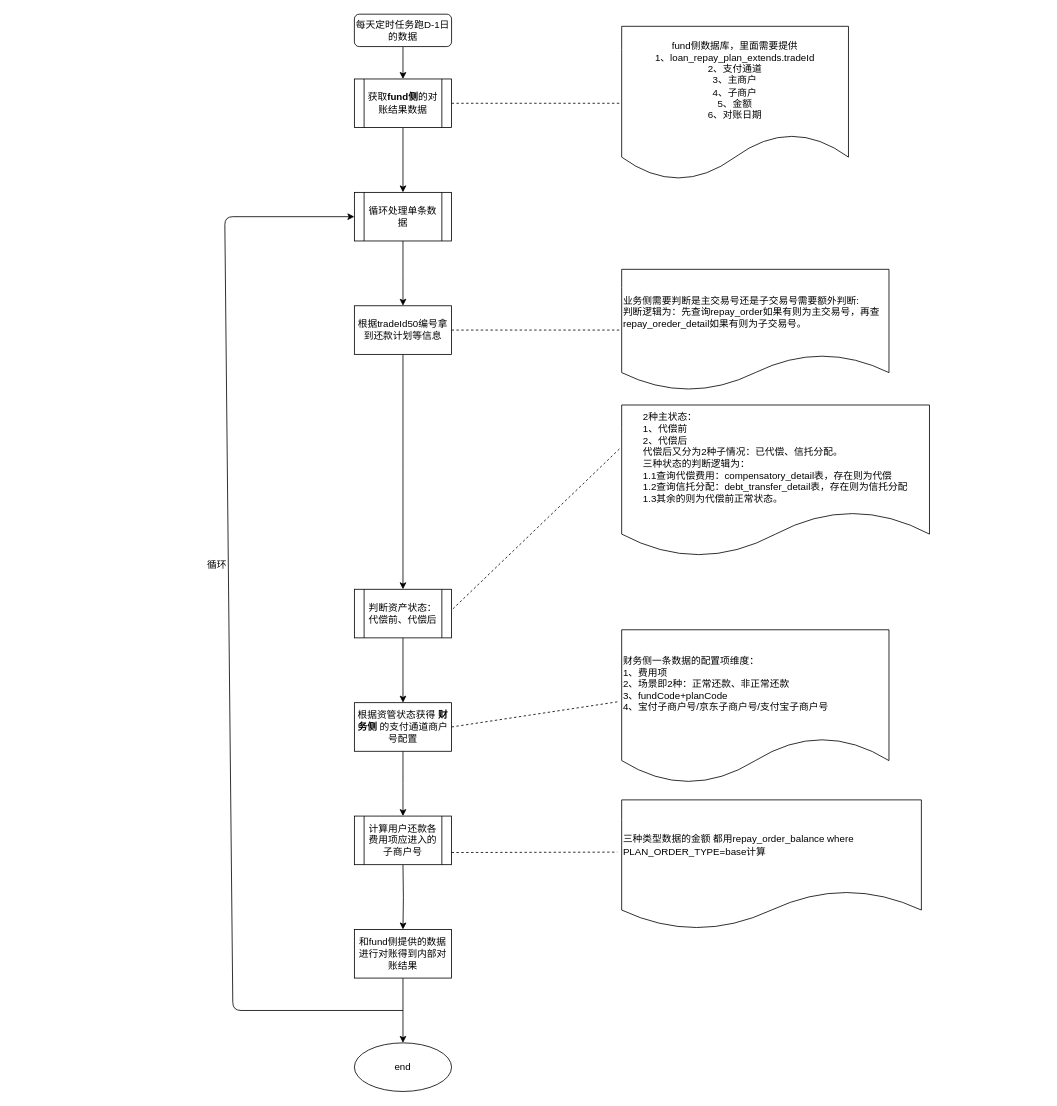
guoZD/draw keeps this draw.io diagram as Untitled Diagram.drawio. Above is the earlier version. Source tidied: cells renumbered, new cells numbered last; positions are measured from the earlier drawing's top-left corner, leaving out a move shared by most shapes. Both pictures are drawn from the tidied source at 81%, with x=0, y=0 at pixel (200, 14).
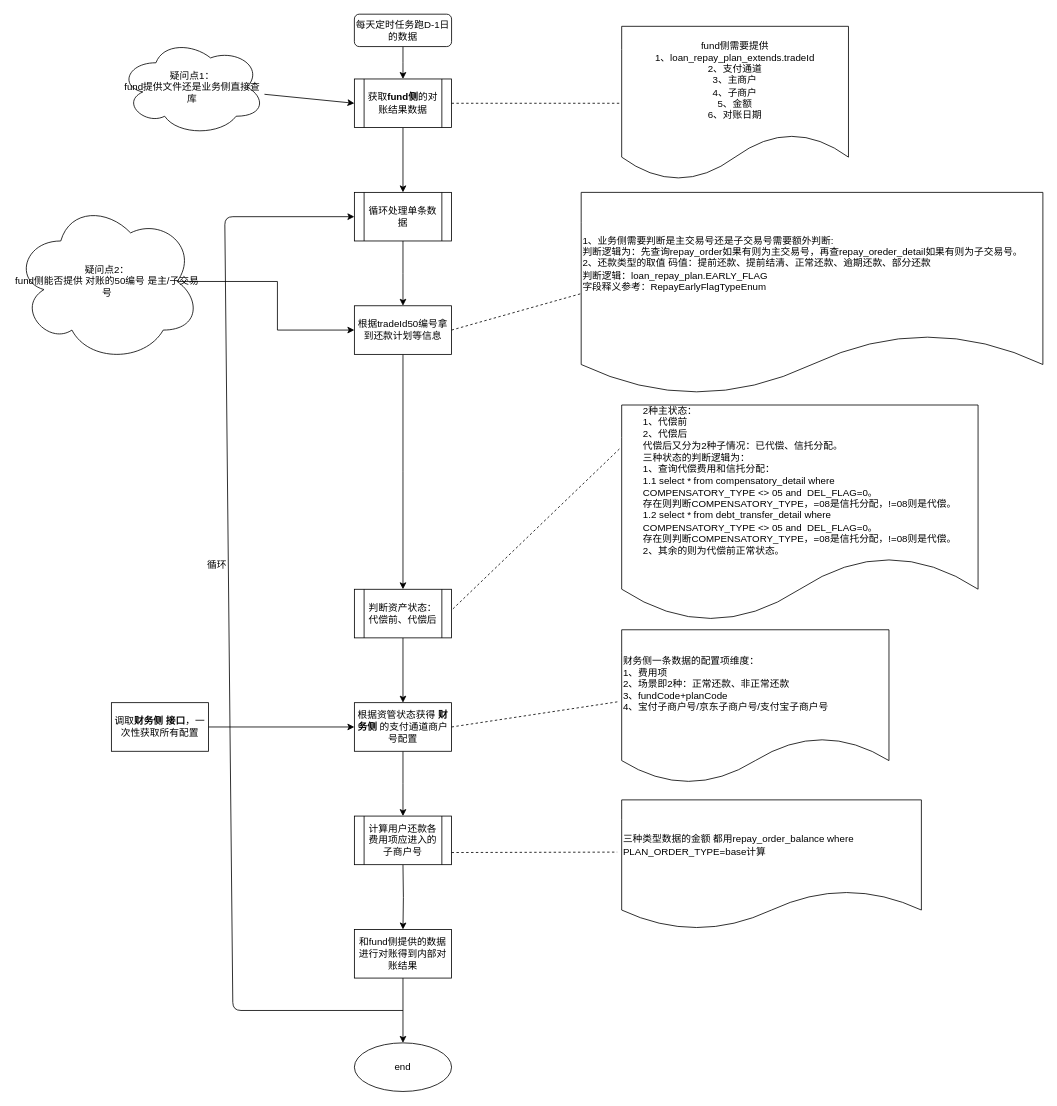
The same page after the edit.

The change refers to these unchanged cells:
```xml
<mxCell id="11" value="根据tradeId50编号拿到还款计划等信息" style="rounded=0;whiteSpace=wrap;html=1;" parent="1" vertex="1">
  <mxGeometry x="190" y="360" width="120" height="60" as="geometry" />
</mxCell>
<mxCell id="19" value="根据资管状态获得 &lt;b&gt;财务侧&lt;/b&gt; 的支付通道商户号配置" style="whiteSpace=wrap;html=1;" parent="1" vertex="1">
  <mxGeometry x="190" y="850" width="120" height="60" as="geometry" />
</mxCell>
```

Change to the diagram source:
```diff
@@
-    <mxCell id="8" value="fund侧数据库，里面需要提供&lt;br&gt;1、loan_repay_plan_extends.tradeId&lt;br&gt;2、支付通道&lt;br&gt;3、主商户&lt;br&gt;4、子商户&lt;br&gt;5、金额&lt;br&gt;6、对账日期" style="shape=document;whiteSpace=wrap;html=1;boundedLbl=1;" parent="1" vertex="1">
+    <mxCell id="8" value="fund侧需要提供&lt;br&gt;1、loan_repay_plan_extends.tradeId&lt;br&gt;2、支付通道&lt;br&gt;3、主商户&lt;br&gt;4、子商户&lt;br&gt;5、金额&lt;br&gt;6、对账日期" style="shape=document;whiteSpace=wrap;html=1;boundedLbl=1;align=center;" parent="1" vertex="1">
       <mxGeometry x="520" y="15" width="280" height="190" as="geometry" />
     </mxCell>
@@
-    <mxCell id="12" value="业务侧需要判断是主交易号还是子交易号需要额外判断:&lt;br&gt;判断逻辑为：先查询repay_order如果有则为主交易号，再查repay_oreder_detail如果有则为子交易号。" style="shape=document;whiteSpace=wrap;html=1;boundedLbl=1;rounded=0;align=left;" parent="1" vertex="1">
-      <mxGeometry x="520" y="315" width="330" height="150" as="geometry" />
+    <mxCell id="12" value="1、业务侧需要判断是主交易号还是子交易号需要额外判断:&lt;br&gt;判断逻辑为：先查询repay_order如果有则为主交易号，再查repay_oreder_detail如果有则为子交易号。&lt;br&gt;2、还款类型的取值&lt;span&gt; &lt;/span&gt;码值：提前还款、提前结清、正常还款、逾期还款、部分还款&lt;br&gt;判断逻辑：loan_repay_plan.EARLY_FLAG&lt;br&gt;字段释义参考：RepayEarlyFlagTypeEnum" style="shape=document;whiteSpace=wrap;html=1;boundedLbl=1;rounded=0;align=left;" parent="1" vertex="1">
+      <mxGeometry x="470" y="220" width="570" height="250" as="geometry" />
     </mxCell>
@@
-    <mxCell id="14" value="&lt;div style=&quot;text-align: left&quot;&gt;&lt;span&gt;2种主状态：&lt;/span&gt;&lt;/div&gt;&lt;div style=&quot;text-align: left&quot;&gt;&lt;span&gt;1、代偿前&lt;/span&gt;&lt;/div&gt;&lt;div style=&quot;text-align: left&quot;&gt;&lt;span&gt;2、代偿后&lt;/span&gt;&lt;/div&gt;&lt;div style=&quot;text-align: left&quot;&gt;&lt;span&gt;代偿后又分为2种子情况：已代偿、信托分配。&lt;/span&gt;&lt;/div&gt;&lt;div style=&quot;text-align: left&quot;&gt;&lt;span&gt;三种状态的判断逻辑为：&lt;/span&gt;&lt;/div&gt;&lt;div style=&quot;text-align: left&quot;&gt;&lt;span&gt;1.1查询代偿费用：compensatory_detail表，存在则为代偿&lt;/span&gt;&lt;/div&gt;&lt;div style=&quot;text-align: left&quot;&gt;&lt;span&gt;1.2查询信托分配：debt_transfer_detail表，存在则为信托分配&lt;/span&gt;&lt;/div&gt;&lt;div style=&quot;text-align: left&quot;&gt;&lt;span&gt;1.3其余的则为代偿前正常状态。&lt;/span&gt;&lt;/div&gt;" style="shape=document;whiteSpace=wrap;html=1;boundedLbl=1;rounded=0;" parent="1" vertex="1">
-      <mxGeometry x="520" y="482.5" width="380" height="187.5" as="geometry" />
+    <mxCell id="14" value="&lt;div style=&quot;text-align: left&quot;&gt;&lt;span&gt;2种主状态：&lt;/span&gt;&lt;/div&gt;&lt;div style=&quot;text-align: left&quot;&gt;&lt;span&gt;1、代偿前&lt;/span&gt;&lt;/div&gt;&lt;div style=&quot;text-align: left&quot;&gt;&lt;span&gt;2、代偿后&lt;/span&gt;&lt;/div&gt;&lt;div style=&quot;text-align: left&quot;&gt;&lt;span&gt;代偿后又分为2种子情况：已代偿、信托分配。&lt;/span&gt;&lt;/div&gt;&lt;div style=&quot;text-align: left&quot;&gt;&lt;span&gt;三种状态的判断逻辑为：&lt;/span&gt;&lt;/div&gt;&lt;div style=&quot;text-align: left&quot;&gt;&lt;span&gt;1、查询代偿费用和信托分配：&lt;/span&gt;&lt;/div&gt;&lt;div style=&quot;text-align: left&quot;&gt;&lt;span&gt;1.1 select * from compensatory_detail where&amp;nbsp;&lt;/span&gt;&lt;/div&gt;&lt;div style=&quot;text-align: left&quot;&gt;&lt;span&gt;COMPENSATORY_TYPE &amp;lt;&amp;gt; 05 and&amp;nbsp; DEL_FLAG=0。&lt;/span&gt;&lt;/div&gt;&lt;div style=&quot;text-align: left&quot;&gt;&lt;span&gt;存在则判断COMPENSATORY_TYPE，=08是信托分配，!=08则是代偿。&lt;/span&gt;&lt;/div&gt;&lt;div style=&quot;text-align: left&quot;&gt;&lt;span&gt;1.2&amp;nbsp;&lt;/span&gt;&lt;span&gt;select * from debt_transfer_detail&amp;nbsp;where&amp;nbsp;&lt;/span&gt;&lt;/div&gt;&lt;div style=&quot;text-align: left&quot;&gt;COMPENSATORY_TYPE &amp;lt;&amp;gt; 05 and&amp;nbsp; DEL_FLAG=0。&lt;/div&gt;&lt;div style=&quot;text-align: left&quot;&gt;存在则判断COMPENSATORY_TYPE，=08是信托分配，!=08则是代偿。&lt;/div&gt;&lt;div style=&quot;text-align: left&quot;&gt;&lt;span&gt;2、其余的则为代偿前正常状态。&lt;/span&gt;&lt;/div&gt;" style="shape=document;whiteSpace=wrap;html=1;boundedLbl=1;rounded=0;" parent="1" vertex="1">
+      <mxGeometry x="520" y="482.5" width="440" height="267.5" as="geometry" />
     </mxCell>
@@
+    <mxCell id="31" value="疑问点1：&lt;br&gt;fund提供文件还是业务侧直接查库" style="ellipse;shape=cloud;whiteSpace=wrap;html=1;" parent="1" vertex="1">
+      <mxGeometry x="-100" y="30" width="180" height="120" as="geometry" />
+    </mxCell>
+    <mxCell id="32" style="endArrow=classic;html=1;" parent="1" edge="1" source="31">
+      <mxGeometry relative="1" as="geometry">
+        <mxPoint x="190" y="110" as="targetPoint" />
+      </mxGeometry>
+    </mxCell>
+    <mxCell id="33" value="调取&lt;b&gt;财务侧 接口&lt;/b&gt;，一次性获取所有配置" style="rounded=0;whiteSpace=wrap;html=1;" parent="1" vertex="1">
+      <mxGeometry x="-110" y="850" width="120" height="60" as="geometry" />
+    </mxCell>
+    <mxCell id="34" style="endArrow=classic;html=1;entryX=0;entryY=0.5;entryDx=0;entryDy=0;exitX=1;exitY=0.5;exitDx=0;exitDy=0;" parent="1" edge="1" source="33" target="19">
+      <mxGeometry relative="1" as="geometry" />
+    </mxCell>
+    <mxCell id="35" style="edgeStyle=orthogonalEdgeStyle;rounded=0;jettySize=auto;html=1;entryX=0;entryY=0.5;entryDx=0;entryDy=0;exitX=0.875;exitY=0.5;exitDx=0;exitDy=0;exitPerimeter=0;" parent="1" edge="1" source="36" target="11">
+      <mxGeometry relative="1" as="geometry" />
+    </mxCell>
+    <mxCell id="36" value="疑问点2：&lt;br&gt;fund侧能否提供 对账的50编号 是主/子交易号" style="ellipse;shape=cloud;whiteSpace=wrap;html=1;" parent="1" vertex="1">
+      <mxGeometry x="-230" y="230" width="230" height="200" as="geometry" />
+    </mxCell>
```
